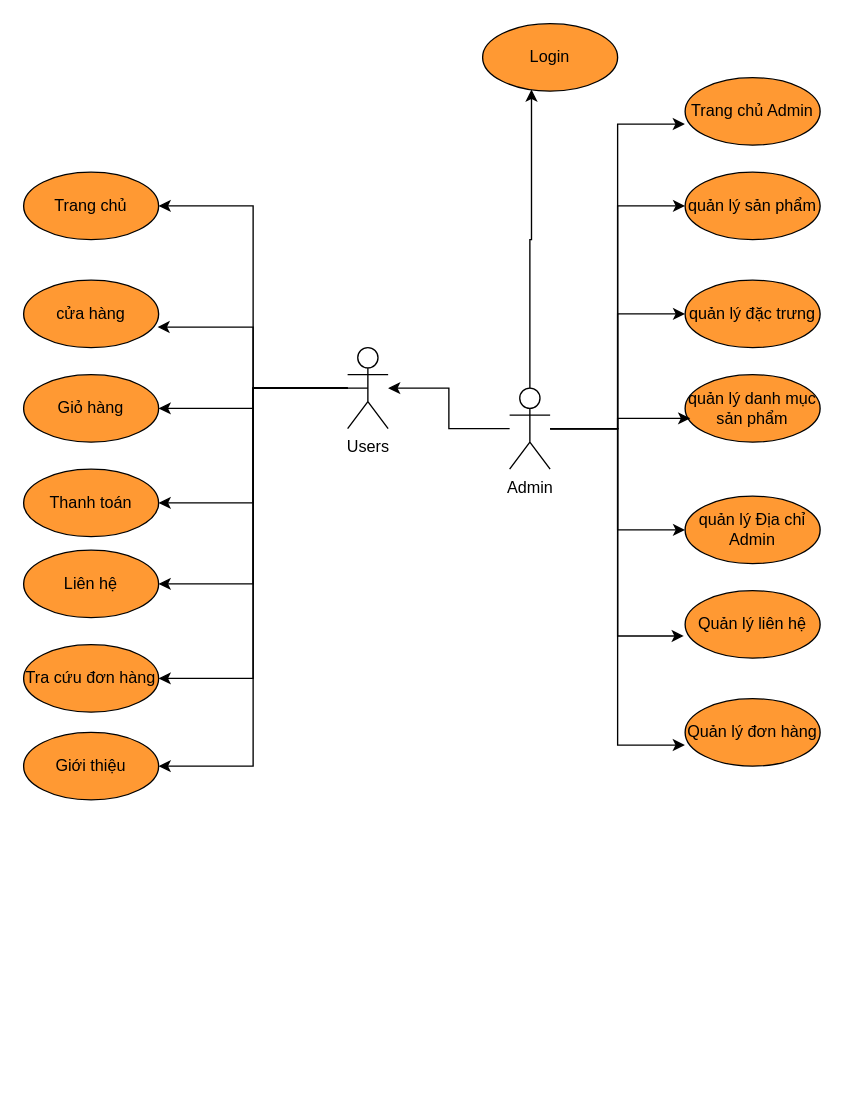
Above: useCase.drawio in duongquocvu0411/CDSG-CNPM (draw.io), before the change. Source tidied: cells renumbered, new cells numbered last; positions are measured from the earlier drawing's top-left corner, leaving out a move shared by most shapes. Both pictures are drawn from the tidied source at 135%, with x=0, y=0 at pixel (23, 23).
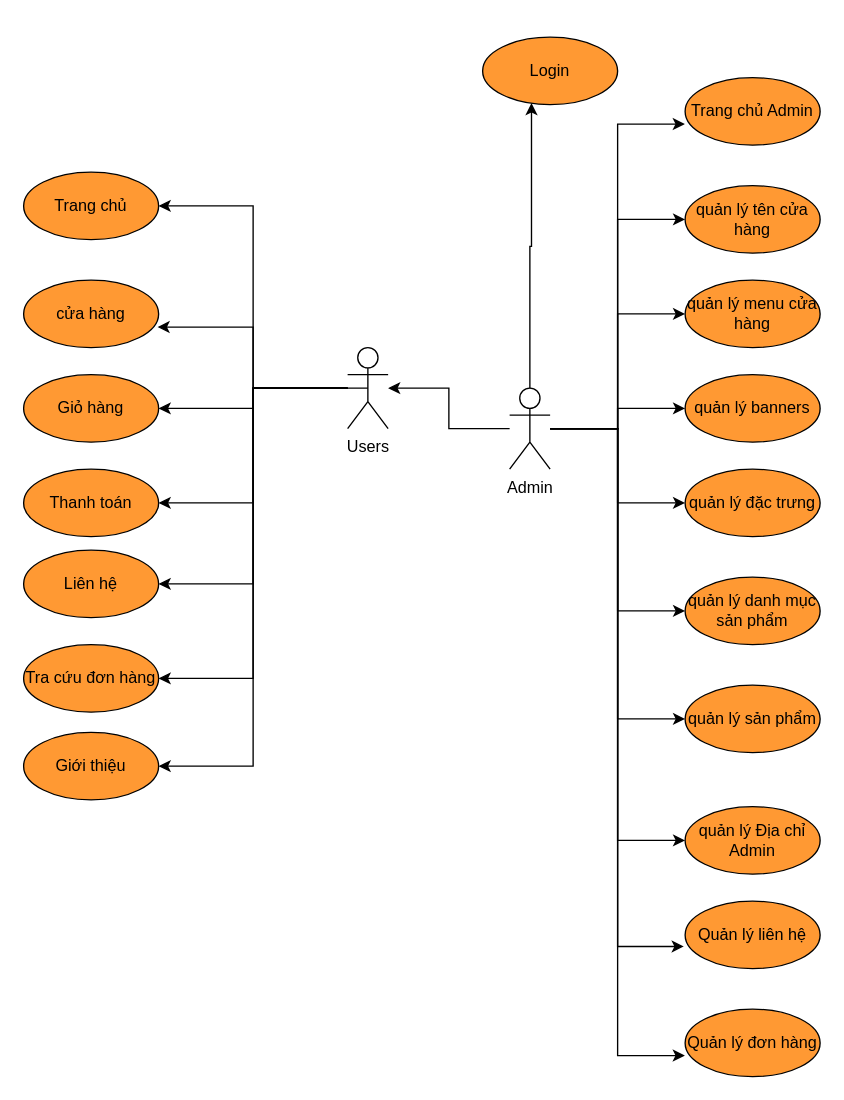
The same page after the edit.

The change refers to these unchanged cells:
```xml
<mxCell id="20" value="Admin" style="shape=umlActor;verticalLabelPosition=bottom;verticalAlign=top;html=1;outlineConnect=0;" parent="1" vertex="1">
  <mxGeometry x="360" y="270" width="30" height="60" as="geometry" />
</mxCell>
```

Change to the diagram source:
```diff
@@
+    <mxCell id="31" style="edgeStyle=orthogonalEdgeStyle;rounded=0;jettySize=auto;html=1;entryX=0;entryY=0.5;entryDx=0;entryDy=0;" parent="1" edge="1" source="20" target="26">
+      <mxGeometry relative="1" as="geometry" />
+    </mxCell>
+    <mxCell id="35" style="edgeStyle=orthogonalEdgeStyle;rounded=0;jettySize=auto;html=1;entryX=0;entryY=0.5;entryDx=0;entryDy=0;" parent="1" edge="1" source="20" target="38">
+      <mxGeometry relative="1" as="geometry" />
+    </mxCell>
+    <mxCell id="36" style="edgeStyle=orthogonalEdgeStyle;rounded=0;jettySize=auto;html=1;entryX=0;entryY=0.5;entryDx=0;entryDy=0;" parent="1" edge="1" source="20" target="40">
+      <mxGeometry relative="1" as="geometry" />
+    </mxCell>
+    <mxCell id="37" style="edgeStyle=orthogonalEdgeStyle;rounded=0;jettySize=auto;html=1;entryX=0;entryY=0.5;entryDx=0;entryDy=0;" parent="1" edge="1" source="20" target="39">
+      <mxGeometry relative="1" as="geometry" />
+    </mxCell>
@@
     <mxCell id="21" value="Login" style="ellipse;whiteSpace=wrap;html=1;fillColor=#FF9933;" parent="1" vertex="1">
-      <mxGeometry x="340" width="100" height="50" as="geometry" />
+      <mxGeometry x="340" y="10" width="100" height="50" as="geometry" />
     </mxCell>
@@
     <mxCell id="24" value="quản lý sản phẩm" style="ellipse;whiteSpace=wrap;html=1;fillColor=#FF9933;" parent="1" vertex="1">
-      <mxGeometry x="490" y="110" width="100" height="50" as="geometry" />
+      <mxGeometry x="490" y="490" width="100" height="50" as="geometry" />
     </mxCell>
     <mxCell id="25" value="quản lý đặc trưng" style="ellipse;whiteSpace=wrap;html=1;fillColor=#FF9933;" parent="1" vertex="1">
-      <mxGeometry x="490" y="190" width="100" height="50" as="geometry" />
+      <mxGeometry x="490" y="330" width="100" height="50" as="geometry" />
     </mxCell>
     <mxCell id="26" value="quản lý danh mục sản phẩm" style="ellipse;whiteSpace=wrap;html=1;fillColor=#FF9933;" parent="1" vertex="1">
-      <mxGeometry x="490" y="260" width="100" height="50" as="geometry" />
+      <mxGeometry x="490" y="410" width="100" height="50" as="geometry" />
     </mxCell>
     <mxCell id="27" value="quản lý Địa chỉ Admin" style="ellipse;whiteSpace=wrap;html=1;fillColor=#FF9933;" parent="1" vertex="1">
-      <mxGeometry x="490" y="350" width="100" height="50" as="geometry" />
+      <mxGeometry x="490" y="580" width="100" height="50" as="geometry" />
     </mxCell>
     <mxCell id="28" value="Quản lý liên hệ" style="ellipse;whiteSpace=wrap;html=1;fillColor=#FF9933;" parent="1" vertex="1">
-      <mxGeometry x="490" y="420" width="100" height="50" as="geometry" />
+      <mxGeometry x="490" y="650" width="100" height="50" as="geometry" />
     </mxCell>
     <mxCell id="29" value="Quản lý đơn hàng" style="ellipse;whiteSpace=wrap;html=1;fillColor=#FF9933;" parent="1" vertex="1">
-      <mxGeometry x="490" y="500" width="100" height="50" as="geometry" />
+      <mxGeometry x="490" y="730" width="100" height="50" as="geometry" />
     </mxCell>
@@
-    <mxCell id="31" style="edgeStyle=orthogonalEdgeStyle;rounded=0;jettySize=auto;html=1;entryX=0.038;entryY=0.648;entryDx=0;entryDy=0;entryPerimeter=0;" parent="1" edge="1" source="20" target="26">
-      <mxGeometry relative="1" as="geometry" />
-    </mxCell>
@@
+    <mxCell id="38" value="quản lý banners" style="ellipse;whiteSpace=wrap;html=1;fillColor=#FF9933;" parent="1" vertex="1">
+      <mxGeometry x="490" y="260" width="100" height="50" as="geometry" />
+    </mxCell>
+    <mxCell id="39" value="quản lý tên cửa hàng" style="ellipse;whiteSpace=wrap;html=1;fillColor=#FF9933;" parent="1" vertex="1">
+      <mxGeometry x="490" y="120" width="100" height="50" as="geometry" />
+    </mxCell>
+    <mxCell id="40" value="quản lý menu cửa hàng" style="ellipse;whiteSpace=wrap;html=1;fillColor=#FF9933;" parent="1" vertex="1">
+      <mxGeometry x="490" y="190" width="100" height="50" as="geometry" />
+    </mxCell>
```
